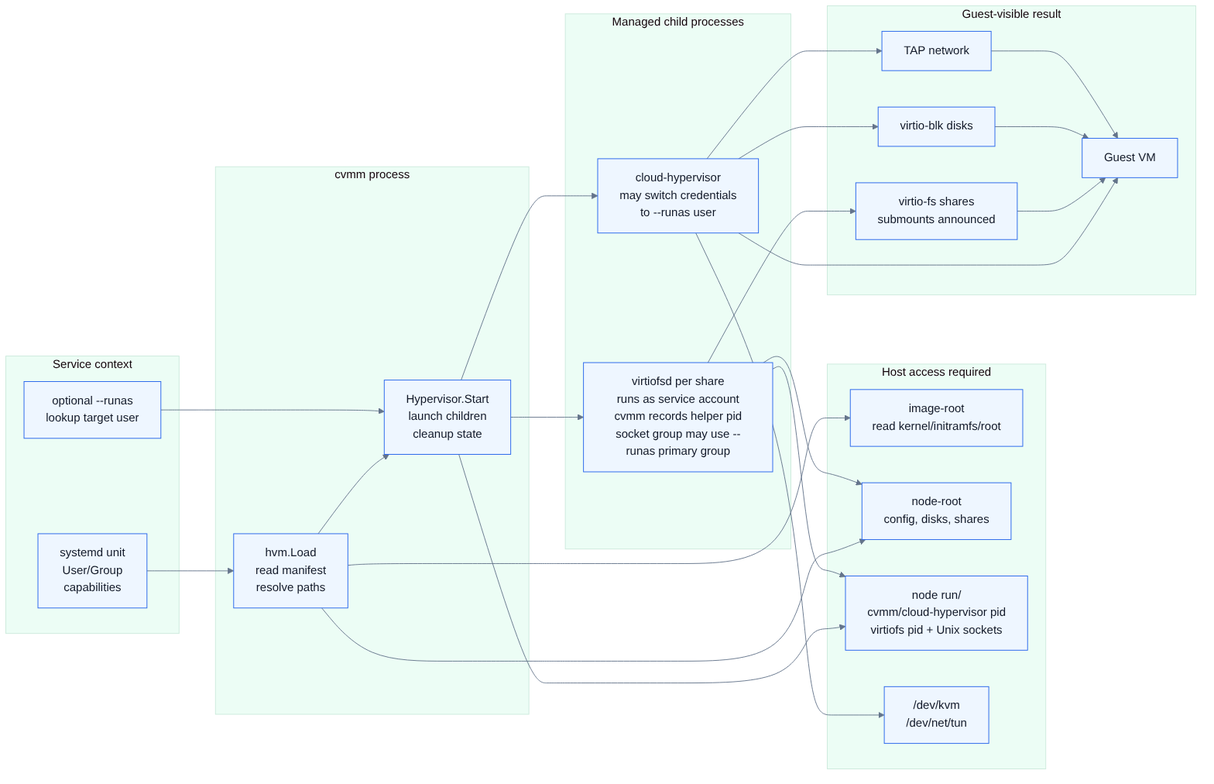
This is docs/diagrams/runtime-permissions.png from spi-ca/cvmm, a Mermaid export, as it was before one commit. Its source is kept beside it as docs/diagrams/runtime-permissions.mmd.
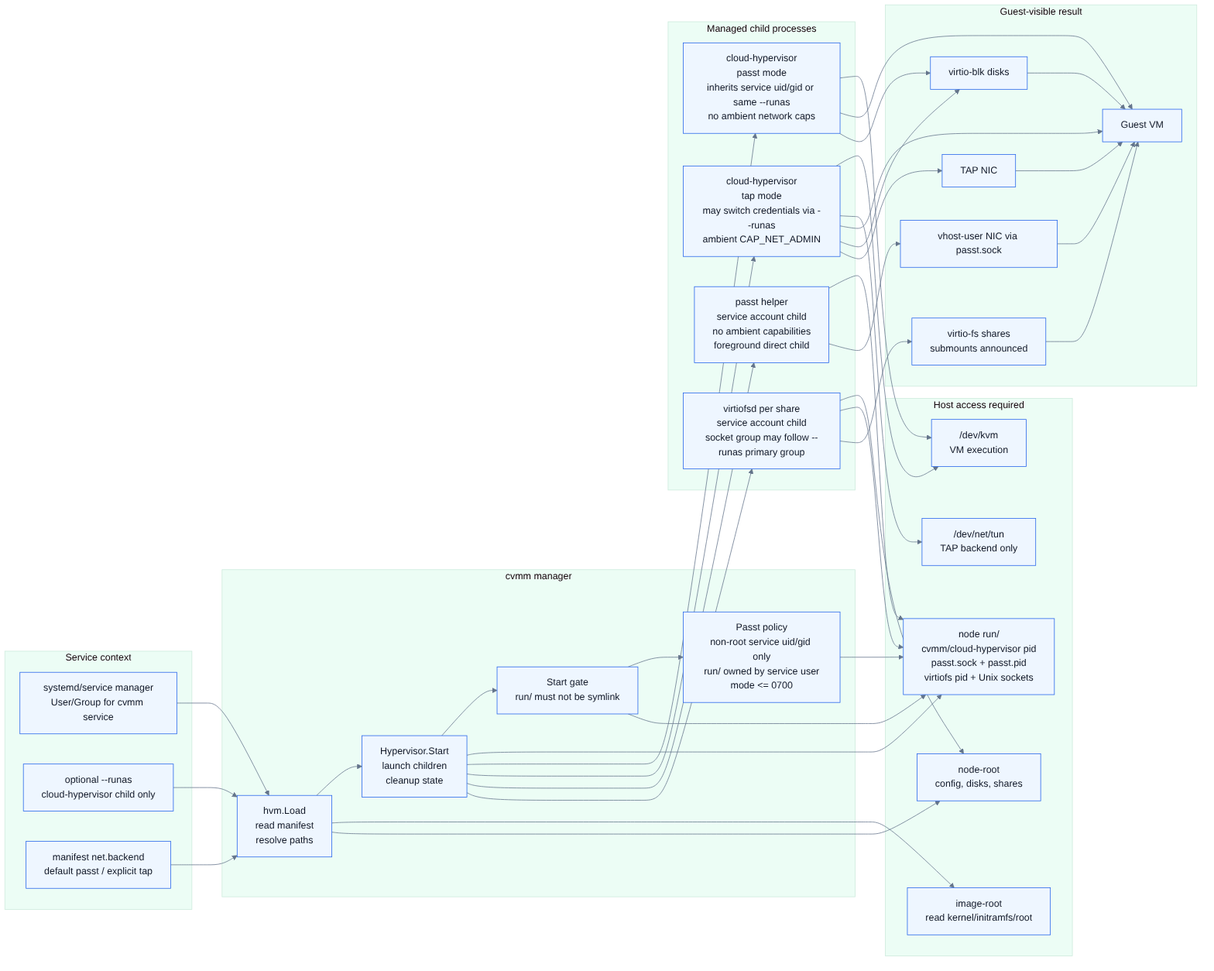
After the change.

What changed in the source:
```diff
@@ -1,47 +1,68 @@
 flowchart LR
     subgraph svc["Service context"]
-        systemd["systemd unit\nUser/Group\ncapabilities"]
-        runas["optional --runas\nlookup target user"]
+        systemd["systemd/service manager\nUser/Group for cvmm service"]
+        runas["optional --runas\ncloud-hypervisor child only"]
+        backend["manifest net.backend\ndefault passt / explicit tap"]
     end
 
-    subgraph cvmm["cvmm process"]
+    subgraph cvmm["cvmm manager"]
         load["hvm.Load\nread manifest\nresolve paths"]
         start["Hypervisor.Start\nlaunch children\ncleanup state"]
+        runtimeGate["Start gate\nrun/ must not be symlink"]
+        policy["Passt policy\nnon-root service uid/gid only\nrun/ owned by service user\nmode <= 0700"]
     end
 
     subgraph host["Host access required"]
         image["image-root\nread kernel/initramfs/root"]
         node["node-root\nconfig, disks, shares"]
-        run["node run/\ncvmm/cloud-hypervisor pid\nvirtiofs pid + Unix sockets"]
-        devices["/dev/kvm\n/dev/net/tun"]
+        run["node run/\ncvmm/cloud-hypervisor pid\npasst.sock + passt.pid\nvirtiofs pid + Unix sockets"]
+        kvm["/dev/kvm\nVM execution"]
+        tun["/dev/net/tun\nTAP backend only"]
     end
 
     subgraph children["Managed child processes"]
-        ch["cloud-hypervisor\nmay switch credentials\nto --runas user"]
-        vfs["virtiofsd per share\nruns as service account\ncvmm records helper pid\nsocket group may use --runas primary group"]
+        chPasst["cloud-hypervisor\npasst mode\ninherits service uid/gid or same --runas\nno ambient network caps"]
+        chTap["cloud-hypervisor\ntap mode\nmay switch credentials via --runas\nambient CAP_NET_ADMIN"]
+        passt["passt helper\nservice account child\nno ambient capabilities\nforeground direct child"]
+        vfs["virtiofsd per share\nservice account child\nsocket group may follow --runas primary group"]
     end
 
     subgraph guest["Guest-visible result"]
         vm["Guest VM"]
         block["virtio-blk disks"]
         fs["virtio-fs shares\nsubmounts announced"]
-        net["TAP network"]
+        netPasst["vhost-user NIC via passt.sock"]
+        netTap["TAP NIC"]
     end
 
     systemd --> load --> start
-    runas --> start
+    runas --> load
+    backend --> load
+    start --> runtimeGate
+    runtimeGate --> policy
     load --> image
     load --> node
     start --> run
-    start --> ch
+    runtimeGate --> run
+    policy --> run
+    start --> chPasst
+    start --> chTap
+    start --> passt
     start --> vfs
-    ch --> devices
-    ch --> vm
-    ch --> block
-    ch --> net
+    chPasst --> kvm
+    chTap --> kvm
+    chTap --> tun
+    passt --> run
     vfs --> node
     vfs --> run
+    chPasst --> vm
+    chTap --> vm
+    chPasst --> block
+    chTap --> block
+    passt --> netPasst
+    chTap --> netTap
     vfs --> fs
     fs --> vm
     block --> vm
-    net --> vm
+    netPasst --> vm
+    netTap --> vm
```
